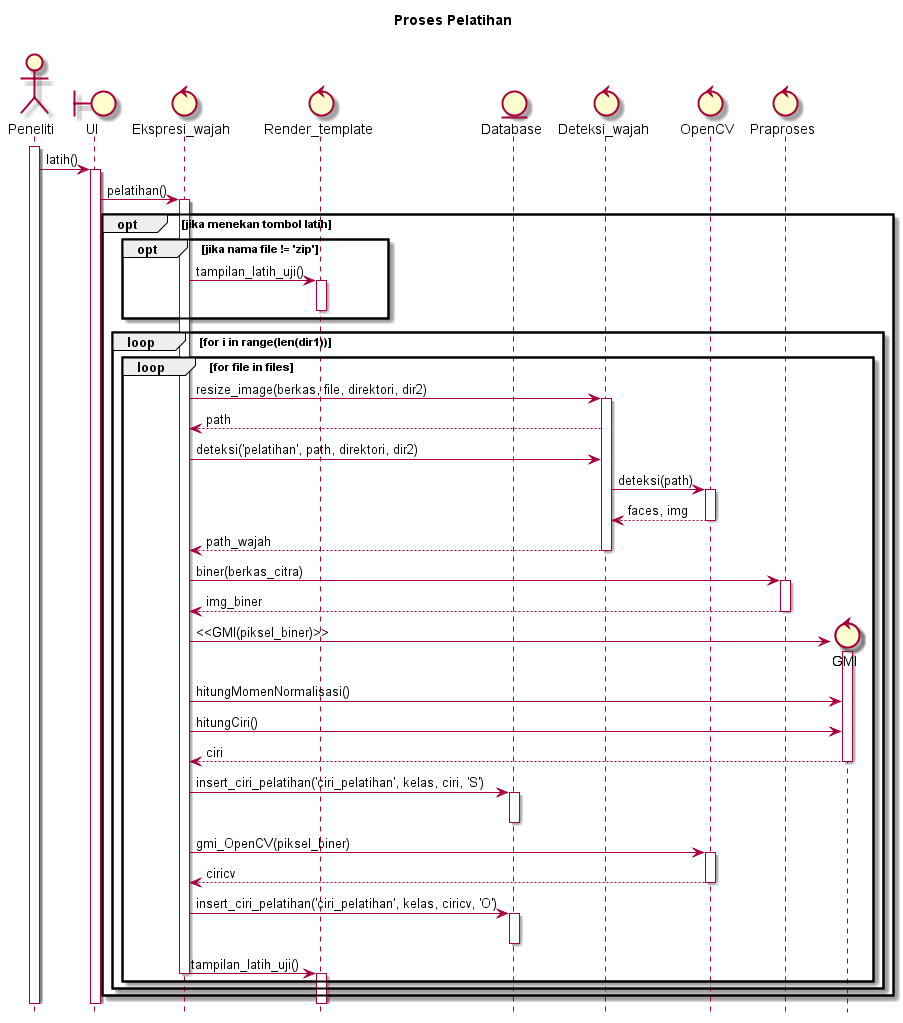
Earlier version of the PlantUML export diagram/SD_pelatihan V2.png (ayulestari10/gmisvm).
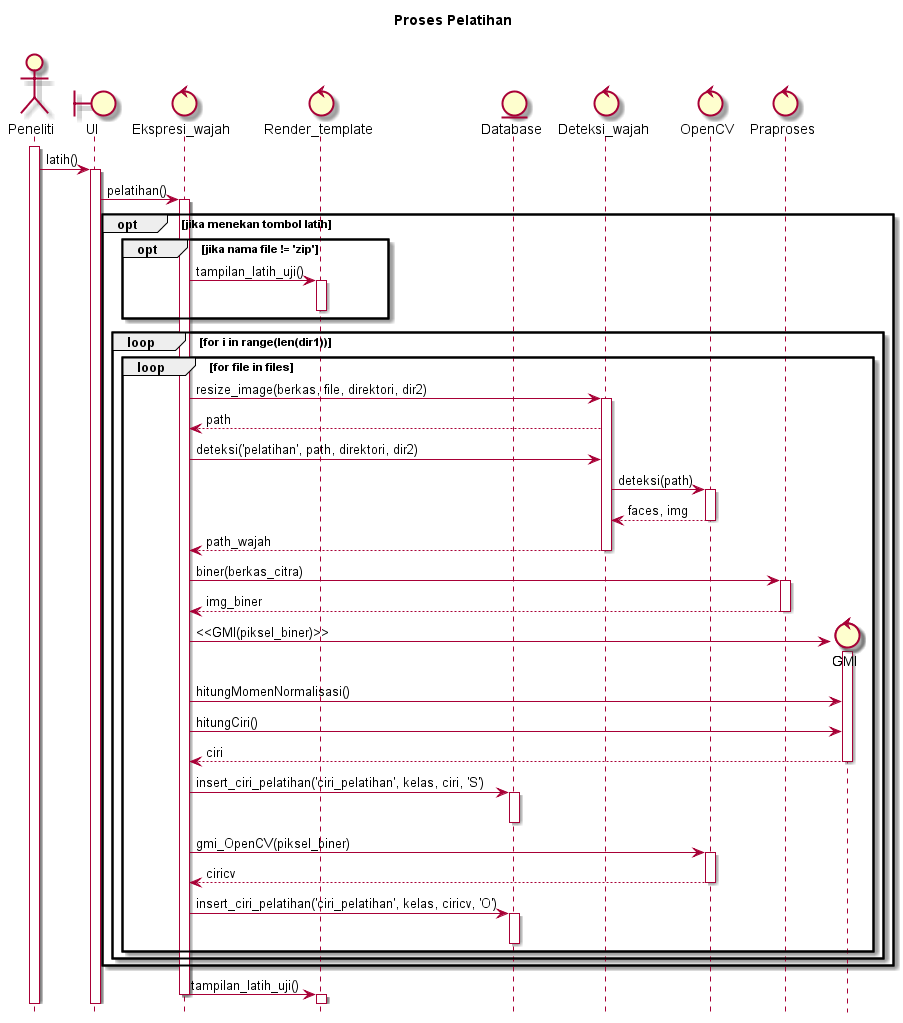
The same diagram one commit later.

What changed in the source:
```diff
@@ -63,12 +63,12 @@
 				activate Database
 				deactivate Database
 
+			end
+		end
+
+	end
 				Ekspresi_wajah -> Render_template : tampilan_latih_uji()
 				deactivate Ekspresi_wajah
 				activate Render_template
 				deactivate Render_template
-			end
-		end
-
-	end
 @enduml
```
